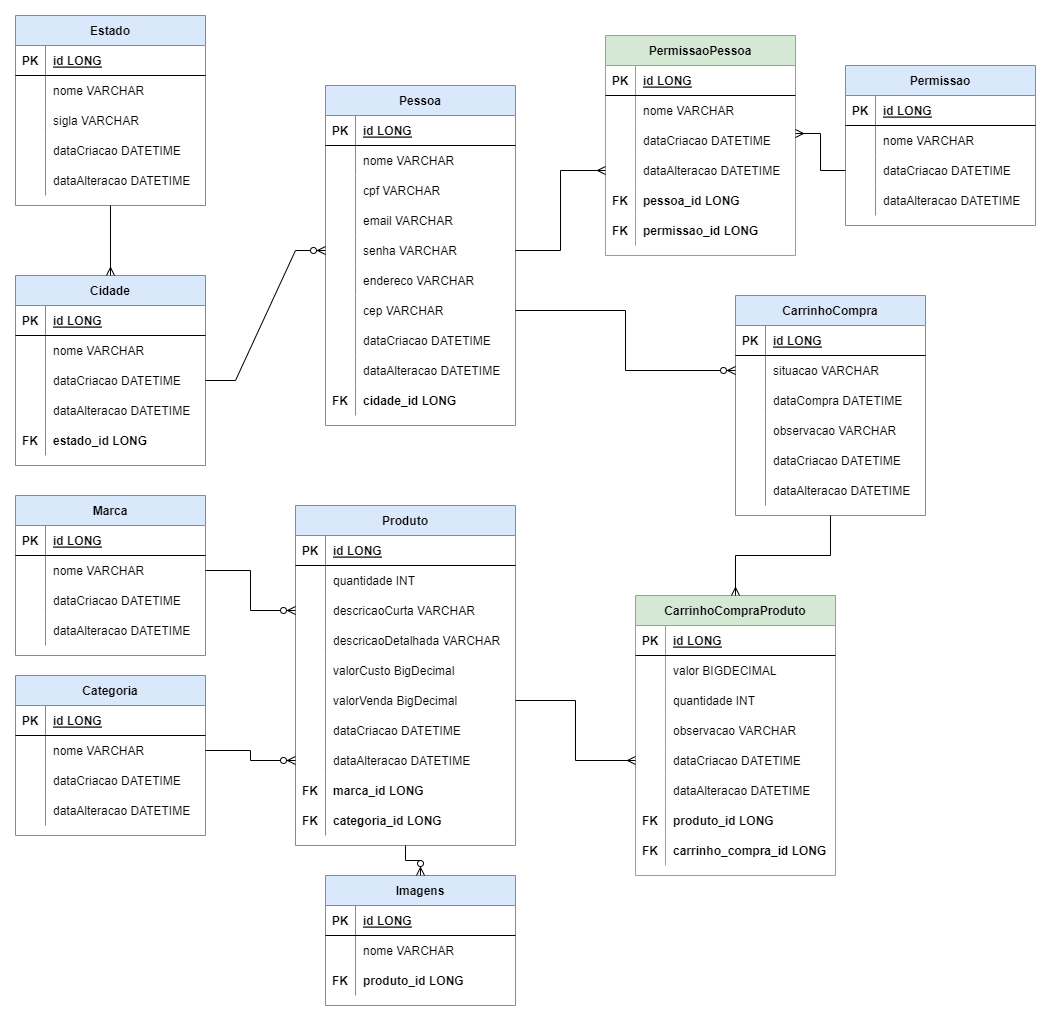
Above: backend/ERD_Loja_Virtual.png in Vinicius2335/react_next_spring (draw.io), before the change. Source tidied: cells renumbered, new cells last; positions are measured from the earlier drawing's top-left corner, leaving out a move shared by most shapes.
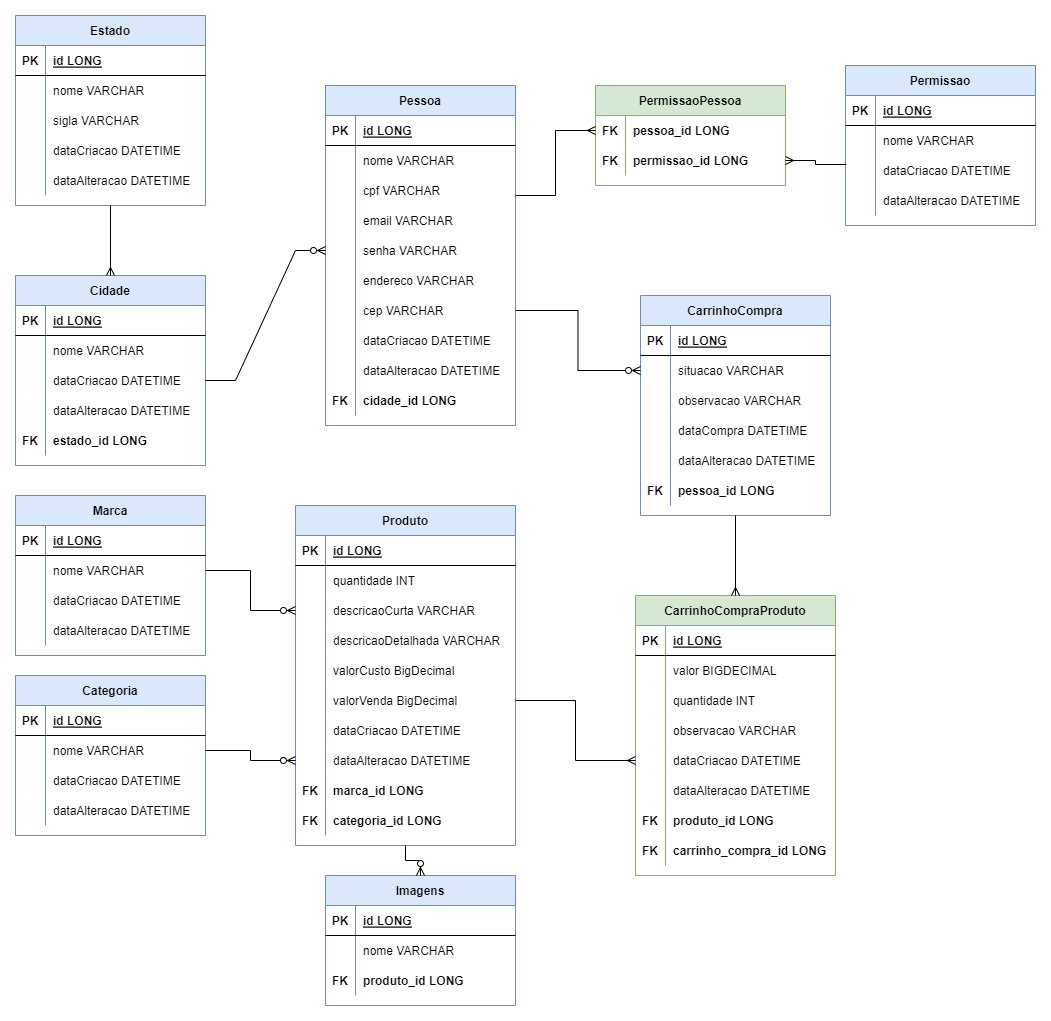
The same file after the commit.

Diff of the diagram source:
```diff
@@ -405,46 +405,10 @@
       <mxGeometry x="30" width="160" height="30" as="geometry" />
     </mxCell>
     <mxCell id="136" value="PermissaoPessoa" style="shape=table;startSize=30;rowLines=0;fontStyle=1;align=center;fillColor=#d5e8d4;strokeColor=#82b366;" parent="1" vertex="1">
-      <mxGeometry x="590" y="20" width="190" height="220" as="geometry" />
+      <mxGeometry x="580" y="70" width="190" height="100" as="geometry" />
     </mxCell>
-    <mxCell id="137" style="shape=partialRectangle;fillColor=none;top=0;left=0;right=0;bottom=1;" parent="136" vertex="1">
-      <mxGeometry y="30" width="190" height="30" as="geometry" />
-    </mxCell>
-    <mxCell id="138" value="PK" style="shape=partialRectangle;overflow=hidden;fillColor=none;top=0;left=0;bottom=0;right=0;fontStyle=1;" parent="137" vertex="1">
-      <mxGeometry width="30" height="30" as="geometry" />
-    </mxCell>
-    <mxCell id="139" value="id LONG" style="shape=partialRectangle;overflow=hidden;fillColor=none;top=0;left=0;bottom=0;right=0;align=left;spacingLeft=6;fontStyle=5;" parent="137" vertex="1">
-      <mxGeometry x="30" width="160" height="30" as="geometry" />
-    </mxCell>
-    <mxCell id="140" style="shape=partialRectangle;fillColor=none;top=0;left=0;right=0;bottom=0;" parent="136" vertex="1">
-      <mxGeometry y="60" width="190" height="30" as="geometry" />
-    </mxCell>
-    <mxCell id="141" style="shape=partialRectangle;overflow=hidden;fillColor=none;top=0;left=0;bottom=0;right=0;" parent="140" vertex="1">
-      <mxGeometry width="30" height="30" as="geometry" />
-    </mxCell>
-    <mxCell id="142" value="nome VARCHAR" style="shape=partialRectangle;overflow=hidden;fillColor=none;top=0;left=0;bottom=0;right=0;align=left;spacingLeft=6;" parent="140" vertex="1">
-      <mxGeometry x="30" width="160" height="30" as="geometry" />
-    </mxCell>
-    <mxCell id="143" style="shape=partialRectangle;fillColor=none;points=[[0,0.5],[1,0.5]];portConstraint=eastwest;top=0;left=0;right=0;bottom=0;" parent="136" vertex="1">
-      <mxGeometry y="90" width="190" height="30" as="geometry" />
-    </mxCell>
-    <mxCell id="144" style="shape=partialRectangle;overflow=hidden;fillColor=none;top=0;left=0;bottom=0;right=0;" parent="143" vertex="1">
-      <mxGeometry width="30" height="30" as="geometry" />
-    </mxCell>
-    <mxCell id="145" value="dataCriacao DATETIME" style="shape=partialRectangle;overflow=hidden;fillColor=none;top=0;left=0;bottom=0;right=0;align=left;spacingLeft=6;" parent="143" vertex="1">
-      <mxGeometry x="30" width="160" height="30" as="geometry" />
-    </mxCell>
-    <mxCell id="146" style="shape=partialRectangle;fillColor=none;points=[[0,0.5],[1,0.5]];portConstraint=eastwest;top=0;left=0;right=0;bottom=0;" parent="136" vertex="1">
-      <mxGeometry y="120" width="190" height="30" as="geometry" />
-    </mxCell>
-    <mxCell id="147" style="shape=partialRectangle;overflow=hidden;fillColor=none;top=0;left=0;bottom=0;right=0;" parent="146" vertex="1">
-      <mxGeometry width="30" height="30" as="geometry" />
-    </mxCell>
-    <mxCell id="148" value="dataAlteracao DATETIME" style="shape=partialRectangle;overflow=hidden;fillColor=none;top=0;left=0;bottom=0;right=0;align=left;spacingLeft=6;" parent="146" vertex="1">
-      <mxGeometry x="30" width="160" height="30" as="geometry" />
-    </mxCell>
     <mxCell id="149" style="shape=partialRectangle;fillColor=none;points=[[0,0.5],[1,0.5]];portConstraint=eastwest;top=0;left=0;right=0;bottom=0;" parent="136" vertex="1">
-      <mxGeometry y="150" width="190" height="30" as="geometry" />
+      <mxGeometry y="30" width="190" height="30" as="geometry" />
     </mxCell>
     <mxCell id="150" value="FK" style="shape=partialRectangle;overflow=hidden;fillColor=none;top=0;left=0;bottom=0;right=0;fontStyle=1;" parent="149" vertex="1">
       <mxGeometry width="30" height="30" as="geometry" />
@@ -453,7 +417,7 @@
       <mxGeometry x="30" width="160" height="30" as="geometry" />
     </mxCell>
     <mxCell id="152" style="shape=partialRectangle;fillColor=none;points=[[0,0.5],[1,0.5]];portConstraint=eastwest;top=0;left=0;right=0;bottom=0;" parent="136" vertex="1">
-      <mxGeometry y="180" width="190" height="30" as="geometry" />
+      <mxGeometry y="60" width="190" height="30" as="geometry" />
     </mxCell>
     <mxCell id="153" value="FK" style="shape=partialRectangle;overflow=hidden;fillColor=none;top=0;left=0;bottom=0;right=0;fontStyle=1;" parent="152" vertex="1">
       <mxGeometry width="30" height="30" as="geometry" />
@@ -461,9 +425,6 @@
     <mxCell id="154" value="permissao_id LONG" style="shape=partialRectangle;overflow=hidden;fillColor=none;top=0;left=0;bottom=0;right=0;align=left;spacingLeft=6;fontStyle=1;" parent="152" vertex="1">
       <mxGeometry x="30" width="160" height="30" as="geometry" />
     </mxCell>
-    <mxCell id="155" style="fontSize=12;html=1;endArrow=ERmany;rounded=0;exitX=1;exitY=0.5;exitDx=0;exitDy=0;entryX=0;entryY=0.5;entryDx=0;entryDy=0;edgeStyle=orthogonalEdgeStyle;" parent="1" edge="1" source="47" target="146">
-      <mxGeometry relative="1" as="geometry" />
-    </mxCell>
     <mxCell id="156" value="Permissao" style="shape=table;startSize=30;rowLines=0;fontStyle=1;align=center;fillColor=#dae8fc;strokeColor=#6c8ebf;" parent="1" vertex="1">
       <mxGeometry x="830" y="50" width="190" height="160" as="geometry" />
     </mxCell>
@@ -503,11 +464,8 @@
     <mxCell id="168" value="dataAlteracao DATETIME" style="shape=partialRectangle;overflow=hidden;fillColor=none;top=0;left=0;bottom=0;right=0;align=left;spacingLeft=6;" parent="166" vertex="1">
       <mxGeometry x="30" width="160" height="30" as="geometry" />
     </mxCell>
-    <mxCell id="169" style="fontSize=12;html=1;endArrow=ERmany;rounded=0;exitX=0;exitY=0.5;exitDx=0;exitDy=0;entryX=1;entryY=0.267;entryDx=0;entryDy=0;entryPerimeter=0;edgeStyle=orthogonalEdgeStyle;" parent="1" edge="1" source="163" target="143">
-      <mxGeometry relative="1" as="geometry" />
-    </mxCell>
     <mxCell id="170" value="CarrinhoCompra" style="shape=table;startSize=30;rowLines=0;fontStyle=1;align=center;fillColor=#dae8fc;strokeColor=#6c8ebf;" parent="1" vertex="1">
-      <mxGeometry x="720" y="280" width="190" height="220" as="geometry" />
+      <mxGeometry x="625" y="280" width="190" height="220" as="geometry" />
     </mxCell>
     <mxCell id="171" style="shape=partialRectangle;fillColor=none;top=0;left=0;right=0;bottom=1;" parent="170" vertex="1">
       <mxGeometry y="30" width="190" height="30" as="geometry" />
@@ -527,8 +485,17 @@
     <mxCell id="176" value="situacao VARCHAR" style="shape=partialRectangle;overflow=hidden;fillColor=none;top=0;left=0;bottom=0;right=0;align=left;spacingLeft=6;" parent="174" vertex="1">
       <mxGeometry x="30" width="160" height="30" as="geometry" />
     </mxCell>
+    <mxCell id="180" style="shape=partialRectangle;fillColor=none;top=0;left=0;right=0;bottom=0;" parent="170" vertex="1">
+      <mxGeometry y="90" width="190" height="30" as="geometry" />
+    </mxCell>
+    <mxCell id="181" style="shape=partialRectangle;overflow=hidden;fillColor=none;top=0;left=0;bottom=0;right=0;" parent="180" vertex="1">
+      <mxGeometry width="30" height="30" as="geometry" />
+    </mxCell>
+    <mxCell id="182" value="observacao VARCHAR" style="shape=partialRectangle;overflow=hidden;fillColor=none;top=0;left=0;bottom=0;right=0;align=left;spacingLeft=6;" parent="180" vertex="1">
+      <mxGeometry x="30" width="160" height="30" as="geometry" />
+    </mxCell>
     <mxCell id="177" style="shape=partialRectangle;fillColor=none;top=0;left=0;right=0;bottom=0;" parent="170" vertex="1">
-      <mxGeometry y="90" width="190" height="30" as="geometry" />
+      <mxGeometry y="120" width="190" height="30" as="geometry" />
     </mxCell>
     <mxCell id="178" style="shape=partialRectangle;overflow=hidden;fillColor=none;top=0;left=0;bottom=0;right=0;" parent="177" vertex="1">
       <mxGeometry width="30" height="30" as="geometry" />
@@ -536,26 +503,8 @@
     <mxCell id="179" value="dataCompra DATETIME" style="shape=partialRectangle;overflow=hidden;fillColor=none;top=0;left=0;bottom=0;right=0;align=left;spacingLeft=6;" parent="177" vertex="1">
       <mxGeometry x="30" width="160" height="30" as="geometry" />
     </mxCell>
-    <mxCell id="180" style="shape=partialRectangle;fillColor=none;top=0;left=0;right=0;bottom=0;" parent="170" vertex="1">
-      <mxGeometry y="120" width="190" height="30" as="geometry" />
-    </mxCell>
-    <mxCell id="181" style="shape=partialRectangle;overflow=hidden;fillColor=none;top=0;left=0;bottom=0;right=0;" parent="180" vertex="1">
-      <mxGeometry width="30" height="30" as="geometry" />
-    </mxCell>
-    <mxCell id="182" value="observacao VARCHAR" style="shape=partialRectangle;overflow=hidden;fillColor=none;top=0;left=0;bottom=0;right=0;align=left;spacingLeft=6;" parent="180" vertex="1">
-      <mxGeometry x="30" width="160" height="30" as="geometry" />
-    </mxCell>
-    <mxCell id="183" style="shape=partialRectangle;fillColor=none;top=0;left=0;right=0;bottom=0;" parent="170" vertex="1">
-      <mxGeometry y="150" width="190" height="30" as="geometry" />
-    </mxCell>
-    <mxCell id="184" style="shape=partialRectangle;overflow=hidden;fillColor=none;top=0;left=0;bottom=0;right=0;" parent="183" vertex="1">
-      <mxGeometry width="30" height="30" as="geometry" />
-    </mxCell>
-    <mxCell id="185" value="dataCriacao DATETIME" style="shape=partialRectangle;overflow=hidden;fillColor=none;top=0;left=0;bottom=0;right=0;align=left;spacingLeft=6;" parent="183" vertex="1">
-      <mxGeometry x="30" width="160" height="30" as="geometry" />
-    </mxCell>
     <mxCell id="186" style="shape=partialRectangle;fillColor=none;top=0;left=0;right=0;bottom=0;" parent="170" vertex="1">
-      <mxGeometry y="180" width="190" height="30" as="geometry" />
+      <mxGeometry y="150" width="190" height="30" as="geometry" />
     </mxCell>
     <mxCell id="187" style="shape=partialRectangle;overflow=hidden;fillColor=none;top=0;left=0;bottom=0;right=0;" parent="186" vertex="1">
       <mxGeometry width="30" height="30" as="geometry" />
@@ -563,6 +512,15 @@
     <mxCell id="188" value="dataAlteracao DATETIME" style="shape=partialRectangle;overflow=hidden;fillColor=none;top=0;left=0;bottom=0;right=0;align=left;spacingLeft=6;" parent="186" vertex="1">
       <mxGeometry x="30" width="160" height="30" as="geometry" />
     </mxCell>
+    <mxCell id="218" style="shape=partialRectangle;fillColor=none;top=0;left=0;right=0;bottom=0;" parent="170" vertex="1">
+      <mxGeometry y="180" width="190" height="30" as="geometry" />
+    </mxCell>
+    <mxCell id="219" value="FK" style="shape=partialRectangle;overflow=hidden;fillColor=none;top=0;left=0;bottom=0;right=0;fontStyle=1;" parent="218" vertex="1">
+      <mxGeometry width="30" height="30" as="geometry" />
+    </mxCell>
+    <mxCell id="220" value="pessoa_id LONG" style="shape=partialRectangle;overflow=hidden;fillColor=none;top=0;left=0;bottom=0;right=0;align=left;spacingLeft=6;fontStyle=1;" parent="218" vertex="1">
+      <mxGeometry x="30" width="160" height="30" as="geometry" />
+    </mxCell>
     <mxCell id="189" style="fontSize=12;html=1;endArrow=ERzeroToMany;endFill=1;rounded=0;exitX=1;exitY=0.5;exitDx=0;exitDy=0;entryX=0;entryY=0.5;entryDx=0;entryDy=0;edgeStyle=orthogonalEdgeStyle;" parent="1" edge="1" source="53" target="174">
       <mxGeometry relative="1" as="geometry" />
     </mxCell>
@@ -650,5 +608,13 @@
     <mxCell id="217" style="fontSize=12;html=1;endArrow=ERzeroToMany;endFill=1;rounded=0;exitX=0.5;exitY=1;exitDx=0;exitDy=0;entryX=0.5;entryY=0;entryDx=0;entryDy=0;edgeStyle=elbowEdgeStyle;elbow=vertical;" parent="1" edge="1" source="93" target="126">
       <mxGeometry relative="1" as="geometry" />
     </mxCell>
+    <mxCell id="221" style="fontSize=12;html=1;endArrow=ERmany;rounded=0;entryX=0;entryY=0.5;entryDx=0;entryDy=0;edgeStyle=elbowEdgeStyle;" parent="1" edge="1" target="149">
+      <mxGeometry relative="1" as="geometry">
+        <mxPoint x="500" y="180" as="sourcePoint" />
+      </mxGeometry>
+    </mxCell>
+    <mxCell id="222" style="fontSize=12;html=1;endArrow=ERmany;rounded=0;entryX=1;entryY=0.5;entryDx=0;entryDy=0;edgeStyle=elbowEdgeStyle;exitX=0.005;exitY=0.3;exitDx=0;exitDy=0;exitPerimeter=0;" parent="1" edge="1" source="163" target="152">
+      <mxGeometry relative="1" as="geometry" />
+    </mxCell>
   </root>
 </mxGraphModel>
```
